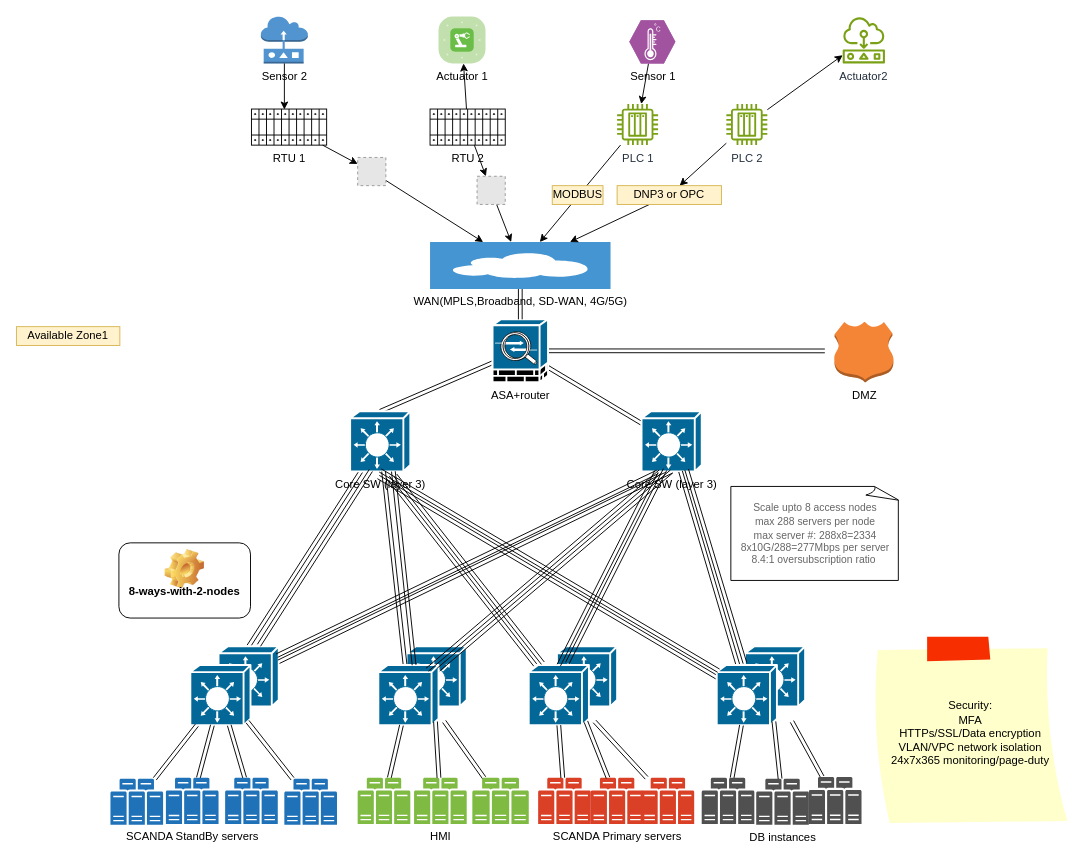
Earlier version of the draw.io diagram server_cluster_with_ethernet.drawio (wbxsxu168/drawio). Source tidied: cells renumbered, new cells numbered last; positions are measured from the earlier drawing's top-left corner, leaving out a move shared by most shapes. Both pictures are drawn from the tidied source at 94%, with x=0, y=0 at pixel (16, 16). Pictures stored in the file or linked from it are replaced by grey dashed boxes.
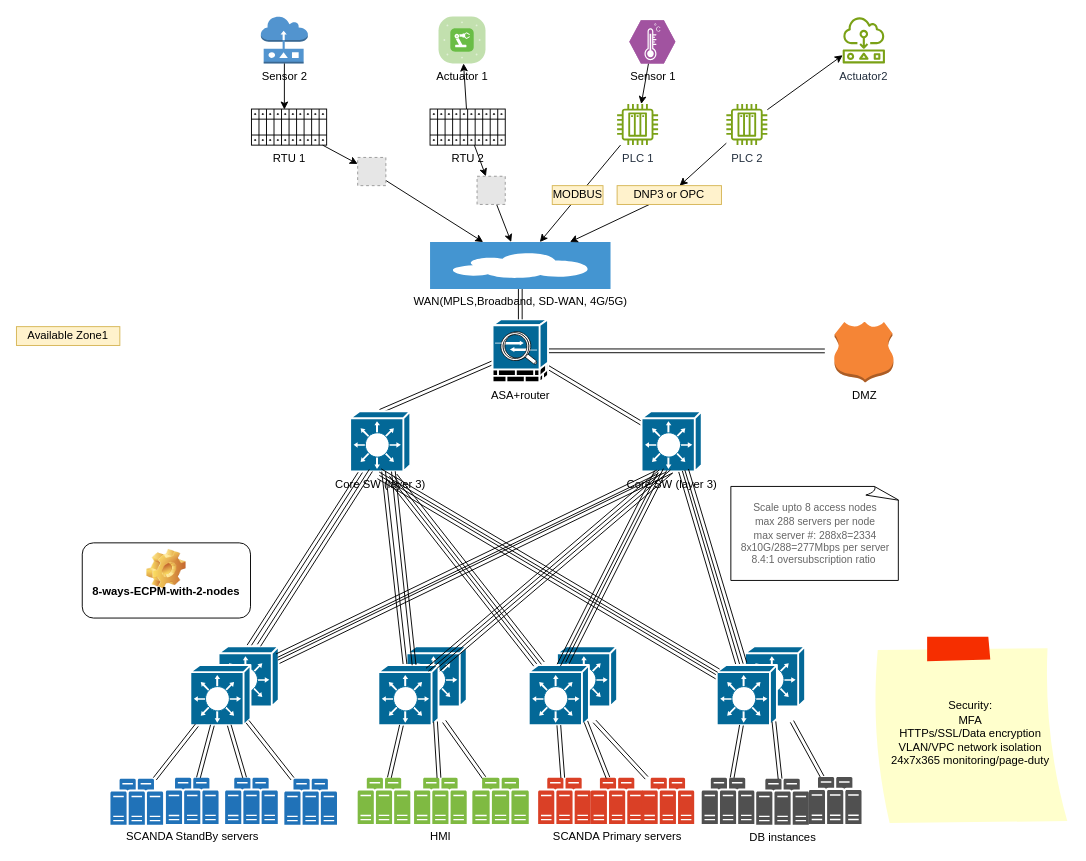
The same diagram, later.

What changed in the source:
```diff
@@
-    <mxCell id="4" value="8-ways-with-2-nodes&lt;div&gt;&lt;br&gt;&lt;/div&gt;" style="label;whiteSpace=wrap;html=1;align=center;verticalAlign=bottom;spacingLeft=0;spacingBottom=4;imageAlign=center;imageVerticalAlign=top;image=img/clipart/Gear_128x128.png;" parent="1" vertex="1">
-      <mxGeometry x="109" y="560" width="140" height="80" as="geometry" />
+    <mxCell id="4" value="8-ways-ECPM-with-2-nodes&lt;div&gt;&lt;br&gt;&lt;/div&gt;" style="label;whiteSpace=wrap;html=1;align=center;verticalAlign=bottom;spacingLeft=0;spacingBottom=4;imageAlign=center;imageVerticalAlign=top;image=img/clipart/Gear_128x128.png;" parent="1" vertex="1">
+      <mxGeometry x="70" y="560" width="179" height="80" as="geometry" />
     </mxCell>
```
